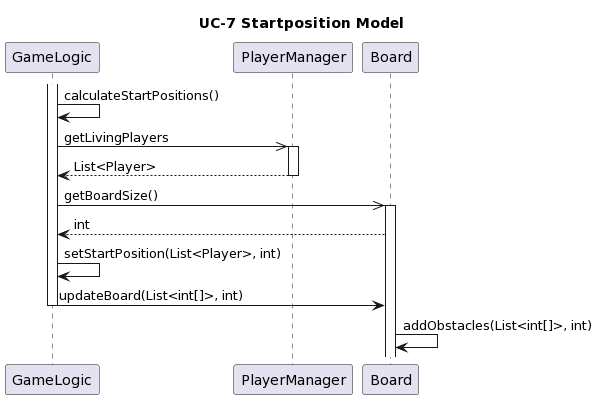
This is doku-game/UC-7-Startposition-Model.png from PrismFox/tron-game, a PlantUML export, as it was before one commit.
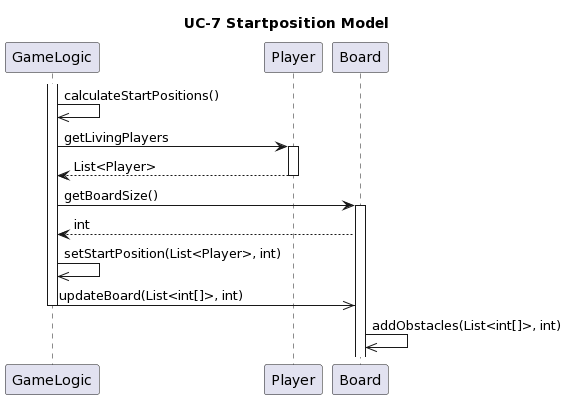
After the change.

What changed in the source:
```diff
@@ -2,21 +2,21 @@
 title UC-7 Startposition Model
 
 Participant GameLogic
-Participant PlayerManager
+Participant Player
 Participant Board
 Activate GameLogic
 
-GameLogic -> GameLogic : calculateStartPositions()
-GameLogic ->> PlayerManager : getLivingPlayers
-Activate PlayerManager
-PlayerManager --> GameLogic : List<Player>
-Deactivate PlayerManager
-GameLogic ->> Board : getBoardSize()
+GameLogic ->> GameLogic : calculateStartPositions()
+GameLogic -> Player : getLivingPlayers
+Activate Player
+Player --> GameLogic : List<Player>
+Deactivate Player
+GameLogic -> Board : getBoardSize()
 Activate Board
 Board --> GameLogic : int
 
-GameLogic -> GameLogic : setStartPosition(List<Player>, int)
-GameLogic -> Board : updateBoard(List<int[]>, int)
+GameLogic ->> GameLogic : setStartPosition(List<Player>, int)
+GameLogic ->> Board : updateBoard(List<int[]>, int)
 Deactivate GameLogic
-Board -> Board : addObstacles(List<int[]>, int)
+Board ->> Board : addObstacles(List<int[]>, int)
 @enduml
```
